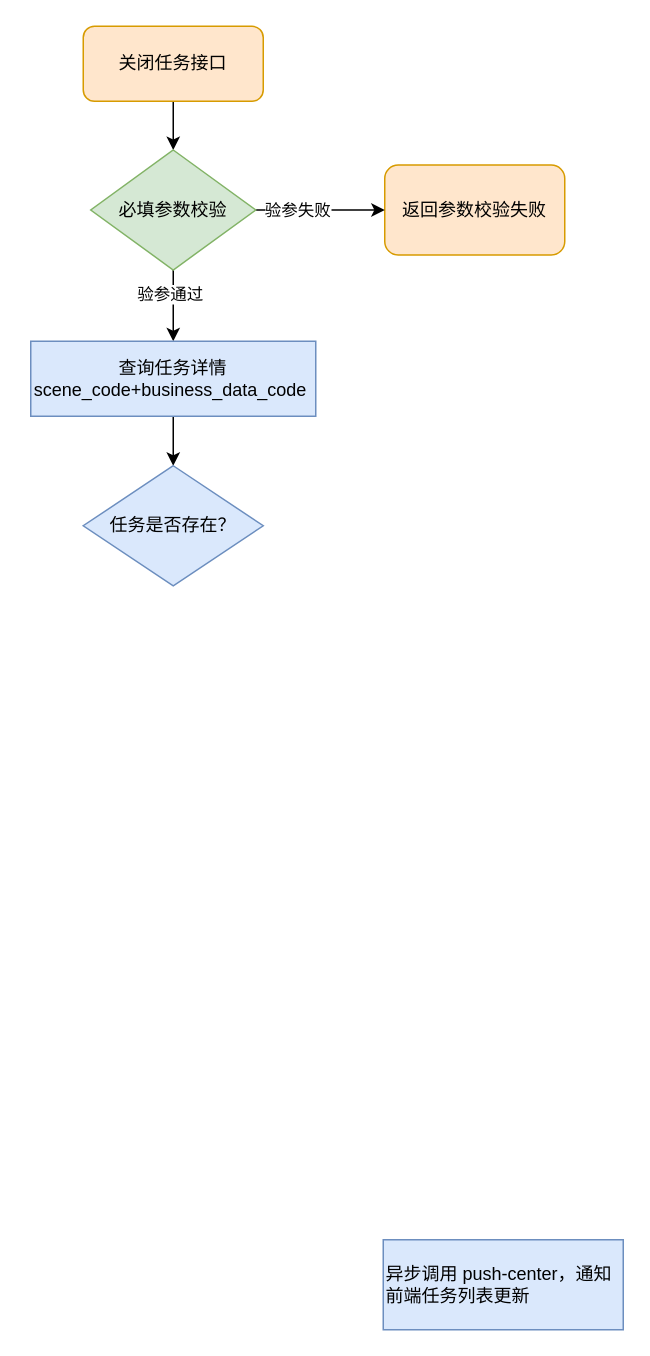
DongRuihua/draw keeps this draw.io diagram as 我的任务-关闭.drawio. Above is the earlier version. Source tidied: cells renumbered, new cells numbered last; positions are measured from the earlier drawing's top-left corner, leaving out a move shared by most shapes. Both pictures are drawn from the tidied source at 150%, with x=0, y=0 at pixel (30, 26).
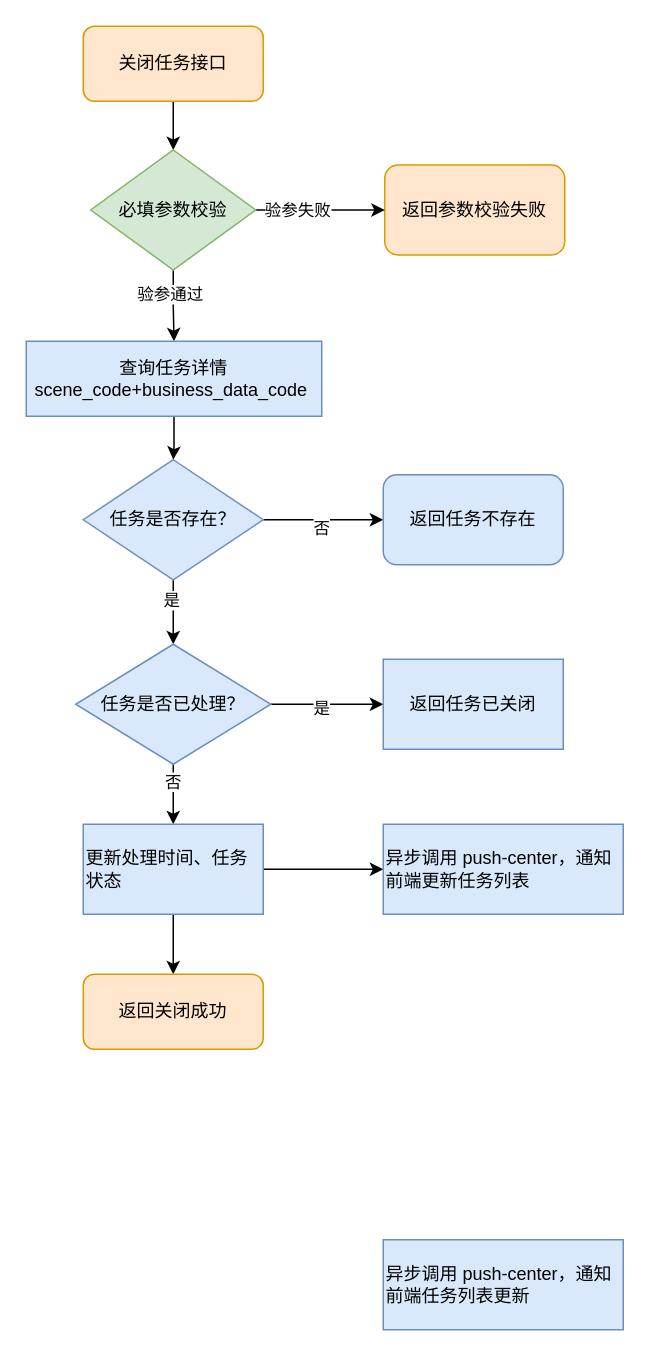
Above is the later version.

Commit message (it also covers changes not shown here):
更新我的任务-关闭.drawio

Change to the diagram source:
```diff
@@
     <mxCell id="11" value="查询任务详情scene_code+business_data_code&amp;nbsp;" style="rounded=0;whiteSpace=wrap;html=1;fillColor=#dae8fc;strokeColor=#6c8ebf;align=center;" parent="1" vertex="1">
-      <mxGeometry y="210" width="190" height="50" as="geometry" />
+      <mxGeometry x="-3" y="210" width="197" height="50" as="geometry" />
     </mxCell>
@@
+    <mxCell id="14" style="edgeStyle=orthogonalEdgeStyle;rounded=0;jettySize=auto;html=1;" parent="1" edge="1" source="13" target="18">
+      <mxGeometry relative="1" as="geometry" />
+    </mxCell>
+    <mxCell id="15" value="否" style="edgeLabel;html=1;align=center;verticalAlign=middle;" parent="14" vertex="1">
+      <mxGeometry x="-0.04" y="-5" relative="1" as="geometry" />
+    </mxCell>
+    <mxCell id="16" style="edgeStyle=orthogonalEdgeStyle;rounded=0;jettySize=auto;html=1;" parent="1" edge="1" source="13" target="23">
+      <mxGeometry relative="1" as="geometry" />
+    </mxCell>
+    <mxCell id="17" value="是" style="edgeLabel;html=1;align=center;verticalAlign=middle;" parent="16" vertex="1">
+      <mxGeometry x="-0.39" y="-2" relative="1" as="geometry" />
+    </mxCell>
     <mxCell id="13" value="任务是否存在？" style="rhombus;whiteSpace=wrap;html=1;fillColor=#dae8fc;strokeColor=#6c8ebf;rounded=0;" parent="1" vertex="1">
-      <mxGeometry x="35" y="293" width="120" height="80" as="geometry" />
+      <mxGeometry x="35" y="289" width="120" height="80" as="geometry" />
     </mxCell>
+    <mxCell id="18" value="返回任务不存在" style="rounded=1;whiteSpace=wrap;html=1;fillColor=#dae8fc;strokeColor=#6c8ebf;" parent="1" vertex="1">
+      <mxGeometry x="235" y="299" width="120" height="60" as="geometry" />
+    </mxCell>
+    <mxCell id="19" style="edgeStyle=orthogonalEdgeStyle;rounded=0;jettySize=auto;html=1;" parent="1" edge="1" source="23" target="24">
+      <mxGeometry relative="1" as="geometry" />
+    </mxCell>
+    <mxCell id="20" value="是" style="edgeLabel;html=1;align=center;verticalAlign=middle;" parent="19" vertex="1">
+      <mxGeometry x="-0.13" y="-2" relative="1" as="geometry" />
+    </mxCell>
+    <mxCell id="21" style="edgeStyle=orthogonalEdgeStyle;rounded=0;jettySize=auto;html=1;" parent="1" edge="1" source="23" target="27">
+      <mxGeometry relative="1" as="geometry" />
+    </mxCell>
+    <mxCell id="22" value="否" style="edgeLabel;html=1;align=center;verticalAlign=middle;" parent="21" vertex="1">
+      <mxGeometry x="-0.47" y="-1" relative="1" as="geometry" />
+    </mxCell>
+    <mxCell id="23" value="任务是否已处理？" style="rhombus;whiteSpace=wrap;html=1;fillColor=#dae8fc;strokeColor=#6c8ebf;rounded=0;" parent="1" vertex="1">
+      <mxGeometry x="30" y="412" width="130" height="80" as="geometry" />
+    </mxCell>
+    <mxCell id="24" value="返回任务已关闭" style="rounded=0;whiteSpace=wrap;html=1;fillColor=#dae8fc;strokeColor=#6c8ebf;" parent="1" vertex="1">
+      <mxGeometry x="235" y="422" width="120" height="60" as="geometry" />
+    </mxCell>
+    <mxCell id="25" style="edgeStyle=orthogonalEdgeStyle;rounded=0;jettySize=auto;html=1;" parent="1" edge="1" source="27" target="28">
+      <mxGeometry relative="1" as="geometry" />
+    </mxCell>
+    <mxCell id="26" style="edgeStyle=orthogonalEdgeStyle;rounded=0;jettySize=auto;html=1;" parent="1" edge="1" source="27" target="29">
+      <mxGeometry relative="1" as="geometry" />
+    </mxCell>
+    <mxCell id="27" value="更新处理时间、任务状态" style="rounded=0;whiteSpace=wrap;html=1;fillColor=#dae8fc;strokeColor=#6c8ebf;align=left;" parent="1" vertex="1">
+      <mxGeometry x="35" y="532" width="120" height="60" as="geometry" />
+    </mxCell>
+    <mxCell id="28" value="异步调用 push-center，通知前端更新任务列表" style="whiteSpace=wrap;html=1;fillColor=#dae8fc;strokeColor=#6c8ebf;rounded=0;align=left;" parent="1" vertex="1">
+      <mxGeometry x="235" y="532" width="160" height="60" as="geometry" />
+    </mxCell>
+    <mxCell id="29" value="返回关闭成功" style="rounded=1;whiteSpace=wrap;html=1;fillStyle=auto;fillColor=#ffe6cc;strokeColor=#d79b00;" parent="1" vertex="1">
+      <mxGeometry x="35" y="632" width="120" height="50" as="geometry" />
+    </mxCell>
```
